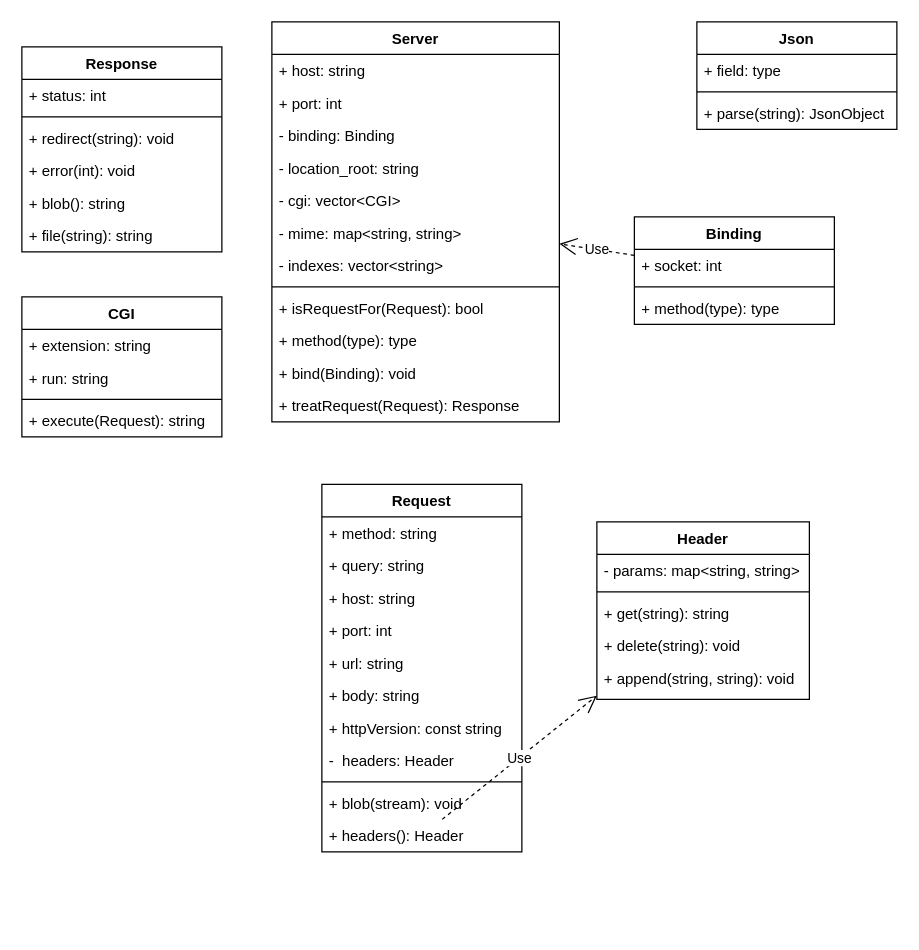
danielthalmann/42hhpp keeps this draw.io diagram as doc/architecture.drawio. Above is the earlier version. Source tidied: cells renumbered, new cells numbered last; positions are measured from the earlier drawing's top-left corner, leaving out a move shared by most shapes. Both pictures are drawn from the tidied source at 125%, with x=0, y=0 at pixel (21, 21).
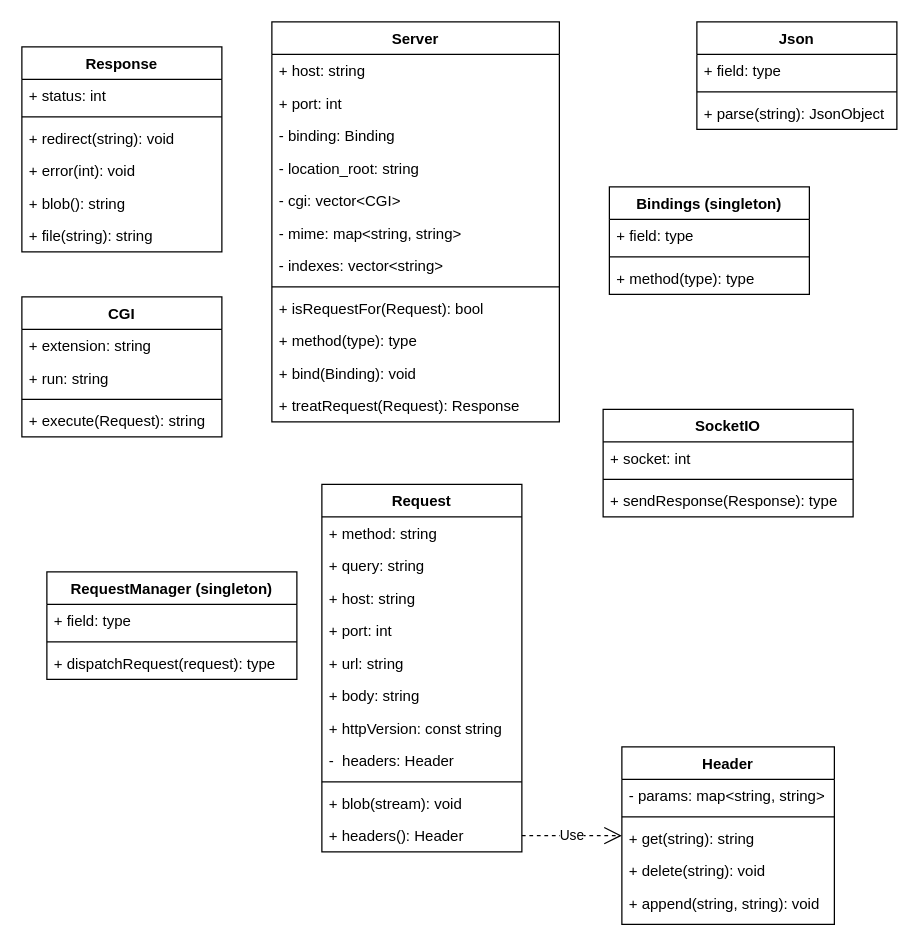
After the change.

The change refers to these unchanged cells:
```xml
<mxCell id="32" value="Server" style="swimlane;fontStyle=1;align=center;verticalAlign=top;horizontal=1;startSize=26;" parent="1" vertex="1">
  <mxGeometry x="200" width="230" height="320" as="geometry" />
</mxCell>
```

What changed in the source:
```diff
@@
     <mxCell id="18" value="Header" style="swimlane;fontStyle=1;align=center;verticalAlign=top;horizontal=1;startSize=26;" parent="1" vertex="1">
-      <mxGeometry x="460" y="400" width="170" height="142" as="geometry" />
+      <mxGeometry x="480" y="580" width="170" height="142" as="geometry" />
     </mxCell>
@@
-    <mxCell id="45" value="Binding" style="swimlane;fontStyle=1;align=center;verticalAlign=top;horizontal=1;startSize=26;" parent="1" vertex="1">
-      <mxGeometry x="490" y="156" width="160" height="86" as="geometry" />
+    <mxCell id="45" value="SocketIO" style="swimlane;fontStyle=1;align=center;verticalAlign=top;horizontal=1;startSize=26;" parent="1" vertex="1">
+      <mxGeometry x="465" y="310" width="200" height="86" as="geometry" />
     </mxCell>
     <mxCell id="46" value="+ socket: int" style="text;strokeColor=none;fillColor=none;align=left;verticalAlign=top;spacingLeft=4;spacingRight=4;overflow=hidden;" parent="45" vertex="1">
-      <mxGeometry y="26" width="160" height="26" as="geometry" />
+      <mxGeometry y="26" width="200" height="26" as="geometry" />
     </mxCell>
     <mxCell id="47" style="line;strokeWidth=1;fillColor=none;align=left;verticalAlign=middle;spacingTop=-1;spacingLeft=3;spacingRight=3;labelPosition=right;" parent="45" vertex="1">
-      <mxGeometry y="52" width="160" height="8" as="geometry" />
+      <mxGeometry y="52" width="200" height="8" as="geometry" />
     </mxCell>
-    <mxCell id="48" value="+ method(type): type" style="text;strokeColor=none;fillColor=none;align=left;verticalAlign=top;spacingLeft=4;spacingRight=4;overflow=hidden;" parent="45" vertex="1">
-      <mxGeometry y="60" width="160" height="26" as="geometry" />
+    <mxCell id="48" value="+ sendResponse(Response): type" style="text;strokeColor=none;fillColor=none;align=left;verticalAlign=top;spacingLeft=4;spacingRight=4;overflow=hidden;" parent="45" vertex="1">
+      <mxGeometry y="60" width="200" height="26" as="geometry" />
     </mxCell>
-    <mxCell id="49" value="Use" style="endArrow=open;endSize=12;dashed=1;html=1;" parent="1" edge="1" source="45" target="32">
-      <mxGeometry relative="1" as="geometry" />
-    </mxCell>
@@
+    <mxCell id="55" value="RequestManager (singleton)" style="swimlane;fontStyle=1;align=center;verticalAlign=top;horizontal=1;startSize=26;" parent="1" vertex="1">
+      <mxGeometry x="20" y="440" width="200" height="86" as="geometry" />
+    </mxCell>
+    <mxCell id="56" value="+ field: type" style="text;strokeColor=none;fillColor=none;align=left;verticalAlign=top;spacingLeft=4;spacingRight=4;overflow=hidden;" parent="55" vertex="1">
+      <mxGeometry y="26" width="200" height="26" as="geometry" />
+    </mxCell>
+    <mxCell id="57" style="line;strokeWidth=1;fillColor=none;align=left;verticalAlign=middle;spacingTop=-1;spacingLeft=3;spacingRight=3;labelPosition=right;" parent="55" vertex="1">
+      <mxGeometry y="52" width="200" height="8" as="geometry" />
+    </mxCell>
+    <mxCell id="58" value="+ dispatchRequest(request): type" style="text;strokeColor=none;fillColor=none;align=left;verticalAlign=top;spacingLeft=4;spacingRight=4;overflow=hidden;" parent="55" vertex="1">
+      <mxGeometry y="60" width="200" height="26" as="geometry" />
+    </mxCell>
+    <mxCell id="59" value="Bindings (singleton)" style="swimlane;fontStyle=1;align=center;verticalAlign=top;horizontal=1;startSize=26;" parent="1" vertex="1">
+      <mxGeometry x="470" y="132" width="160" height="86" as="geometry" />
+    </mxCell>
+    <mxCell id="60" value="+ field: type" style="text;strokeColor=none;fillColor=none;align=left;verticalAlign=top;spacingLeft=4;spacingRight=4;overflow=hidden;" parent="59" vertex="1">
+      <mxGeometry y="26" width="160" height="26" as="geometry" />
+    </mxCell>
+    <mxCell id="61" style="line;strokeWidth=1;fillColor=none;align=left;verticalAlign=middle;spacingTop=-1;spacingLeft=3;spacingRight=3;labelPosition=right;" parent="59" vertex="1">
+      <mxGeometry y="52" width="160" height="8" as="geometry" />
+    </mxCell>
+    <mxCell id="62" value="+ method(type): type" style="text;strokeColor=none;fillColor=none;align=left;verticalAlign=top;spacingLeft=4;spacingRight=4;overflow=hidden;" parent="59" vertex="1">
+      <mxGeometry y="60" width="160" height="26" as="geometry" />
+    </mxCell>
```
